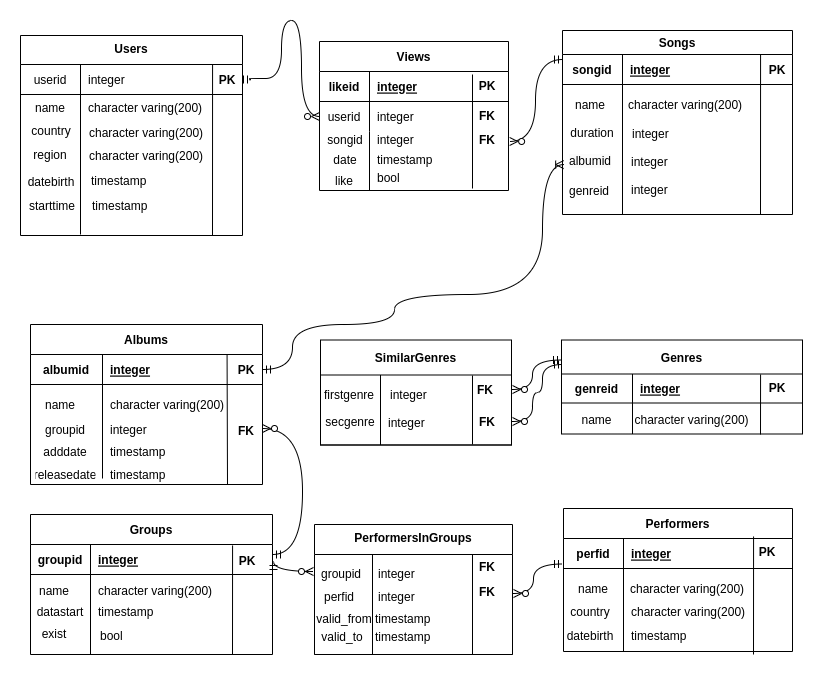
The draw.io diagram docs/logical_model.png in SofiMi/DataBase, before a commit. Source tidied: cells renumbered, new cells last; positions are measured from the earlier drawing's top-left corner, leaving out a move shared by most shapes.
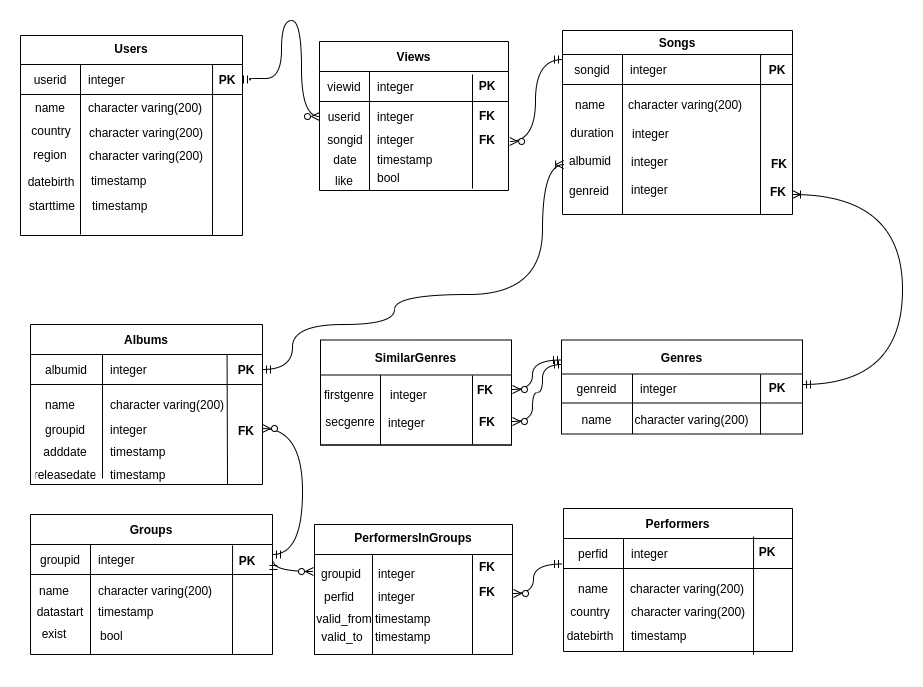
The same diagram one commit later.

The edit, as a diff of the source:
```diff
@@ -8,10 +8,10 @@
     <mxCell id="3" style="shape=partialRectangle;fillColor=none;top=0;left=0;right=0;bottom=1;" parent="2" vertex="1">
       <mxGeometry y="30" width="189" height="30" as="geometry" />
     </mxCell>
-    <mxCell id="4" value="likeid" style="shape=partialRectangle;overflow=hidden;fillColor=none;top=0;left=0;bottom=0;right=0;fontStyle=1;" parent="3" vertex="1">
+    <mxCell id="4" value="viewid" style="shape=partialRectangle;overflow=hidden;fillColor=none;top=0;left=0;bottom=0;right=0;fontStyle=0;" parent="3" vertex="1">
       <mxGeometry width="50" height="30" as="geometry" />
     </mxCell>
-    <mxCell id="5" value="integer" style="shape=partialRectangle;overflow=hidden;fillColor=none;top=0;left=0;bottom=0;right=0;align=left;spacingLeft=6;fontStyle=5;" parent="3" vertex="1">
+    <mxCell id="5" value="integer" style="shape=partialRectangle;overflow=hidden;fillColor=none;top=0;left=0;bottom=0;right=0;align=left;spacingLeft=6;fontStyle=0;" parent="3" vertex="1">
       <mxGeometry x="50" width="139" height="30" as="geometry" />
     </mxCell>
     <mxCell id="6" style="shape=partialRectangle;fillColor=none;points=[[0,0.5],[1,0.5]];portConstraint=eastwest;top=0;left=0;right=0;bottom=0;" parent="2" vertex="1">
@@ -38,10 +38,10 @@
     <mxCell id="13" style="shape=partialRectangle;fillColor=none;points=[[0,0.5],[1,0.5]];portConstraint=eastwest;top=0;left=0;right=0;bottom=1;" parent="12" vertex="1">
       <mxGeometry y="24" width="230" height="30" as="geometry" />
     </mxCell>
-    <mxCell id="14" value="songid" style="shape=partialRectangle;overflow=hidden;fillColor=none;top=0;left=0;bottom=0;right=0;fontStyle=1;" parent="13" vertex="1">
+    <mxCell id="14" value="songid" style="shape=partialRectangle;overflow=hidden;fillColor=none;top=0;left=0;bottom=0;right=0;fontStyle=0;" parent="13" vertex="1">
       <mxGeometry width="60" height="30" as="geometry" />
     </mxCell>
-    <mxCell id="15" value="integer" style="shape=partialRectangle;overflow=hidden;fillColor=none;top=0;left=0;bottom=0;right=0;align=left;spacingLeft=6;fontStyle=5;" parent="13" vertex="1">
+    <mxCell id="15" value="integer" style="shape=partialRectangle;overflow=hidden;fillColor=none;top=0;left=0;bottom=0;right=0;align=left;spacingLeft=6;fontStyle=0;" parent="13" vertex="1">
       <mxGeometry x="60" width="170" height="30" as="geometry" />
     </mxCell>
     <mxCell id="16" style="shape=partialRectangle;fillColor=none;points=[[0,0.5],[1,0.5]];portConstraint=eastwest;top=0;left=0;right=0;bottom=0;" parent="12" vertex="1">
@@ -150,10 +150,10 @@
     <mxCell id="47" style="shape=partialRectangle;fillColor=none;top=0;left=0;right=0;bottom=1;" parent="46" vertex="1">
       <mxGeometry y="34" width="241" height="29" as="geometry" />
     </mxCell>
-    <mxCell id="48" value="genreid" style="shape=partialRectangle;overflow=hidden;fillColor=none;top=0;left=0;bottom=0;right=0;fontStyle=1;" parent="47" vertex="1">
+    <mxCell id="48" value="genreid" style="shape=partialRectangle;overflow=hidden;fillColor=none;top=0;left=0;bottom=0;right=0;fontStyle=0;" parent="47" vertex="1">
       <mxGeometry width="71" height="29" as="geometry" />
     </mxCell>
-    <mxCell id="49" value="integer" style="shape=partialRectangle;overflow=hidden;fillColor=none;top=0;left=0;bottom=0;right=0;align=left;spacingLeft=6;fontStyle=5;" parent="47" vertex="1">
+    <mxCell id="49" value="integer" style="shape=partialRectangle;overflow=hidden;fillColor=none;top=0;left=0;bottom=0;right=0;align=left;spacingLeft=6;fontStyle=0;" parent="47" vertex="1">
       <mxGeometry x="71" width="170" height="29" as="geometry" />
     </mxCell>
     <mxCell id="50" style="shape=partialRectangle;fillColor=none;top=0;left=0;right=0;bottom=0;" parent="46" vertex="1">
@@ -171,10 +171,10 @@
     <mxCell id="54" style="shape=partialRectangle;fillColor=none;points=[[0,0.5],[1,0.5]];portConstraint=eastwest;top=0;left=0;right=0;bottom=1;" parent="53" vertex="1">
       <mxGeometry y="30" width="232" height="30" as="geometry" />
     </mxCell>
-    <mxCell id="55" value="albumid" style="shape=partialRectangle;overflow=hidden;fillColor=none;top=0;left=0;bottom=0;right=0;fontStyle=1;" parent="54" vertex="1">
+    <mxCell id="55" value="albumid" style="shape=partialRectangle;overflow=hidden;fillColor=none;top=0;left=0;bottom=0;right=0;fontStyle=0;" parent="54" vertex="1">
       <mxGeometry width="72" height="30" as="geometry" />
     </mxCell>
-    <mxCell id="56" value="integer" style="shape=partialRectangle;overflow=hidden;fillColor=none;top=0;left=0;bottom=0;right=0;align=left;spacingLeft=6;fontStyle=5;" parent="54" vertex="1">
+    <mxCell id="56" value="integer" style="shape=partialRectangle;overflow=hidden;fillColor=none;top=0;left=0;bottom=0;right=0;align=left;spacingLeft=6;fontStyle=0;" parent="54" vertex="1">
       <mxGeometry x="72" width="160" height="30" as="geometry" />
     </mxCell>
     <mxCell id="57" style="shape=partialRectangle;fillColor=none;top=0;left=0;right=0;bottom=0;" parent="53" vertex="1">
@@ -216,10 +216,10 @@
     <mxCell id="69" style="shape=partialRectangle;fillColor=none;top=0;left=0;right=0;bottom=1;" parent="68" vertex="1">
       <mxGeometry y="30" width="242" height="30" as="geometry" />
     </mxCell>
-    <mxCell id="70" value="groupid" style="shape=partialRectangle;overflow=hidden;fillColor=none;top=0;left=0;bottom=0;right=0;fontStyle=1;" parent="69" vertex="1">
+    <mxCell id="70" value="groupid" style="shape=partialRectangle;overflow=hidden;fillColor=none;top=0;left=0;bottom=0;right=0;fontStyle=0;" parent="69" vertex="1">
       <mxGeometry width="60" height="30" as="geometry" />
     </mxCell>
-    <mxCell id="71" value="integer" style="shape=partialRectangle;overflow=hidden;fillColor=none;top=0;left=0;bottom=0;right=0;align=left;spacingLeft=6;fontStyle=5;" parent="69" vertex="1">
+    <mxCell id="71" value="integer" style="shape=partialRectangle;overflow=hidden;fillColor=none;top=0;left=0;bottom=0;right=0;align=left;spacingLeft=6;fontStyle=0;" parent="69" vertex="1">
       <mxGeometry x="60" width="182" height="30" as="geometry" />
     </mxCell>
     <mxCell id="72" style="shape=partialRectangle;fillColor=none;top=0;left=0;right=0;bottom=0;" parent="68" vertex="1">
@@ -255,10 +255,10 @@
     <mxCell id="82" style="shape=partialRectangle;fillColor=none;top=0;left=0;right=0;bottom=1;" parent="81" vertex="1">
       <mxGeometry y="30" width="229" height="30" as="geometry" />
     </mxCell>
-    <mxCell id="83" value="perfid" style="shape=partialRectangle;overflow=hidden;fillColor=none;top=0;left=0;bottom=0;right=0;fontStyle=1;" parent="82" vertex="1">
+    <mxCell id="83" value="perfid" style="shape=partialRectangle;overflow=hidden;fillColor=none;top=0;left=0;bottom=0;right=0;fontStyle=0;" parent="82" vertex="1">
       <mxGeometry width="60" height="30" as="geometry" />
     </mxCell>
-    <mxCell id="84" value="integer" style="shape=partialRectangle;overflow=hidden;fillColor=none;top=0;left=0;bottom=0;right=0;align=left;spacingLeft=6;fontStyle=5;" parent="82" vertex="1">
+    <mxCell id="84" value="integer" style="shape=partialRectangle;overflow=hidden;fillColor=none;top=0;left=0;bottom=0;right=0;align=left;spacingLeft=6;fontStyle=0;" parent="82" vertex="1">
       <mxGeometry x="60" width="169" height="30" as="geometry" />
     </mxCell>
     <mxCell id="85" style="shape=partialRectangle;fillColor=none;top=0;left=0;right=0;bottom=0;" parent="81" vertex="1">
@@ -525,5 +525,21 @@
         </Array>
       </mxGeometry>
     </mxCell>
+    <mxCell id="149" value="FK" style="shape=partialRectangle;overflow=hidden;fillColor=none;top=0;left=0;bottom=0;right=0;fontStyle=1;" parent="1" vertex="1">
+      <mxGeometry x="734" y="128" width="50" height="30" as="geometry" />
+    </mxCell>
+    <mxCell id="150" value="FK" style="shape=partialRectangle;overflow=hidden;fillColor=none;top=0;left=0;bottom=0;right=0;fontStyle=1;" parent="1" vertex="1">
+      <mxGeometry x="733" y="156" width="50" height="30" as="geometry" />
+    </mxCell>
+    <mxCell id="151" style="edgeStyle=orthogonalEdgeStyle;fontSize=12;html=1;endArrow=ERoneToMany;startArrow=ERmandOne;rounded=0;curved=1;" parent="1" edge="1">
+      <mxGeometry relative="1" as="geometry">
+        <mxPoint x="782" y="364" as="sourcePoint" />
+        <mxPoint x="772" y="174" as="targetPoint" />
+        <Array as="points">
+          <mxPoint x="882" y="364" />
+          <mxPoint x="882" y="174" />
+        </Array>
+      </mxGeometry>
+    </mxCell>
   </root>
 </mxGraphModel>
```
